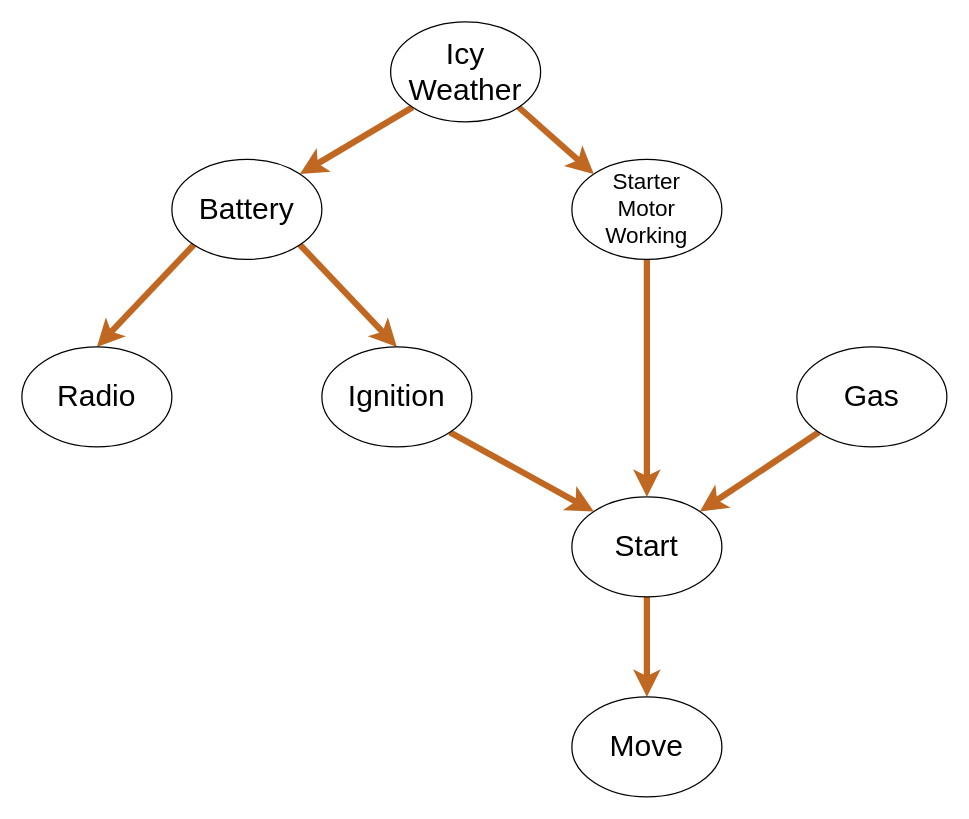
hey-emac/CSE5720-Databases keeps this draw.io diagram as CSE5120_HW3a.drawio. Above is the earlier version. Source tidied: cells renumbered, new cells numbered last; positions are measured from the earlier drawing's top-left corner, leaving out a move shared by most shapes. Both pictures are drawn from the tidied source at 125%, with x=0, y=0 at pixel (21, 21).
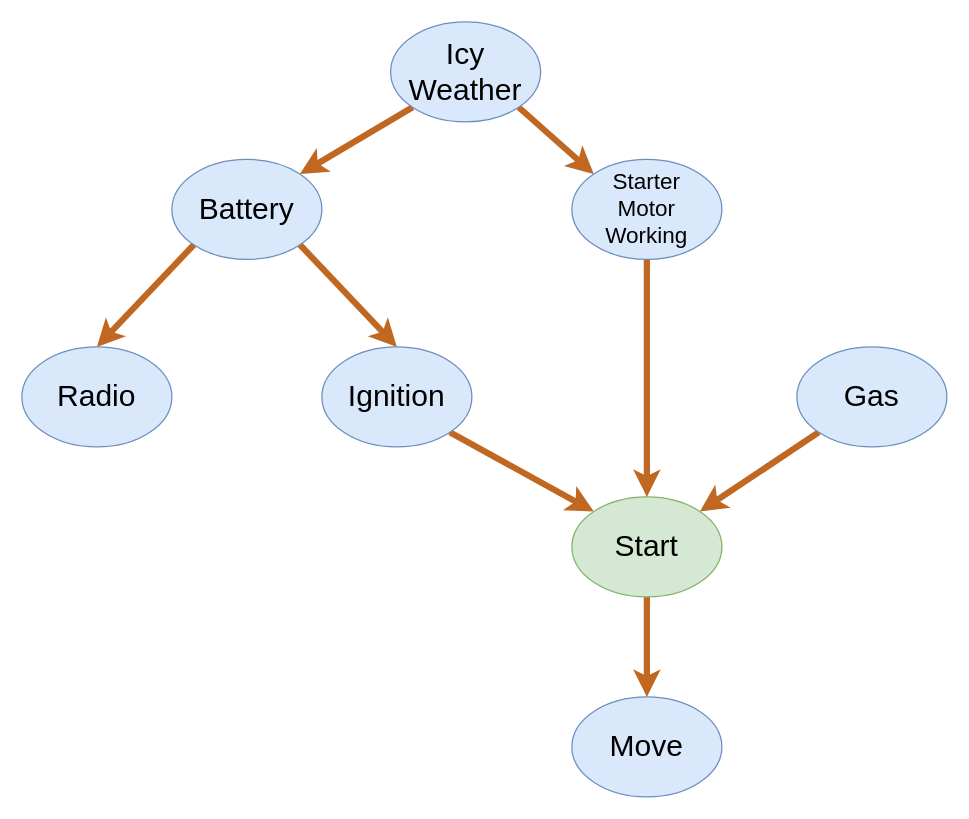
The same page after the edit.

The edit, as a diff of the source:
```diff
@@
 <mxGraphModel>
   <root>
     <mxCell id="0" />
     <mxCell id="1" parent="0" />
     <mxCell id="2" style="rounded=0;jettySize=auto;html=1;exitX=0;exitY=1;exitDx=0;exitDy=0;entryX=0.5;entryY=0;entryDx=0;entryDy=0;strokeWidth=5;strokeColor=#C06821;" parent="1" edge="1" source="4" target="5">
       <mxGeometry relative="1" as="geometry" />
     </mxCell>
     <mxCell id="3" style="rounded=0;jettySize=auto;html=1;exitX=1;exitY=1;exitDx=0;exitDy=0;entryX=0.5;entryY=0;entryDx=0;entryDy=0;strokeWidth=5;strokeColor=#c06821;" parent="1" edge="1" source="4" target="7">
       <mxGeometry relative="1" as="geometry" />
     </mxCell>
-    <mxCell id="4" value="&lt;font style=&quot;font-size: 24px;&quot;&gt;Battery&lt;/font&gt;" style="ellipse;whiteSpace=wrap;html=1;" parent="1" vertex="1">
+    <mxCell id="4" value="&lt;font style=&quot;font-size: 24px;&quot;&gt;Battery&lt;/font&gt;" style="ellipse;whiteSpace=wrap;html=1;fillColor=#dae8fc;strokeColor=#6c8ebf;" parent="1" vertex="1">
       <mxGeometry x="120" y="110" width="120" height="80" as="geometry" />
     </mxCell>
-    <mxCell id="5" value="&lt;font style=&quot;font-size: 24px;&quot;&gt;Radio&lt;/font&gt;" style="ellipse;whiteSpace=wrap;html=1;" parent="1" vertex="1">
+    <mxCell id="5" value="&lt;font style=&quot;font-size: 24px;&quot;&gt;Radio&lt;/font&gt;" style="ellipse;whiteSpace=wrap;html=1;fillColor=#dae8fc;strokeColor=#6c8ebf;" parent="1" vertex="1">
       <mxGeometry y="260" width="120" height="80" as="geometry" />
     </mxCell>
     <mxCell id="6" style="rounded=0;jettySize=auto;html=1;exitX=1;exitY=1;exitDx=0;exitDy=0;entryX=0;entryY=0;entryDx=0;entryDy=0;strokeWidth=5;strokeColor=#c06821;" parent="1" edge="1" source="7" target="11">
       <mxGeometry relative="1" as="geometry" />
     </mxCell>
-    <mxCell id="7" value="&lt;font style=&quot;font-size: 24px;&quot;&gt;Ignition&lt;/font&gt;" style="ellipse;whiteSpace=wrap;html=1;" parent="1" vertex="1">
+    <mxCell id="7" value="&lt;font style=&quot;font-size: 24px;&quot;&gt;Ignition&lt;/font&gt;" style="ellipse;whiteSpace=wrap;html=1;fillColor=#dae8fc;strokeColor=#6c8ebf;" parent="1" vertex="1">
       <mxGeometry x="240" y="260" width="120" height="80" as="geometry" />
     </mxCell>
     <mxCell id="8" style="rounded=0;jettySize=auto;html=1;exitX=0;exitY=1;exitDx=0;exitDy=0;entryX=1;entryY=0;entryDx=0;entryDy=0;strokeWidth=5;strokeColor=#C06821;" parent="1" edge="1" source="9" target="11">
       <mxGeometry relative="1" as="geometry" />
     </mxCell>
-    <mxCell id="9" value="&lt;font style=&quot;font-size: 24px;&quot;&gt;Gas&lt;/font&gt;" style="ellipse;whiteSpace=wrap;html=1;" parent="1" vertex="1">
+    <mxCell id="9" value="&lt;font style=&quot;font-size: 24px;&quot;&gt;Gas&lt;/font&gt;" style="ellipse;whiteSpace=wrap;html=1;fillColor=#dae8fc;strokeColor=#6c8ebf;" parent="1" vertex="1">
       <mxGeometry x="620" y="260" width="120" height="80" as="geometry" />
     </mxCell>
     <mxCell id="10" style="rounded=0;jettySize=auto;html=1;exitX=0.5;exitY=1;exitDx=0;exitDy=0;entryX=0.5;entryY=0;entryDx=0;entryDy=0;strokeWidth=5;strokeColor=#C06821;" parent="1" edge="1" source="11" target="12">
       <mxGeometry relative="1" as="geometry" />
     </mxCell>
-    <mxCell id="11" value="&lt;font style=&quot;font-size: 24px;&quot;&gt;Start&lt;/font&gt;" style="ellipse;whiteSpace=wrap;html=1;" parent="1" vertex="1">
+    <mxCell id="11" value="&lt;font style=&quot;font-size: 24px;&quot;&gt;Start&lt;/font&gt;" style="ellipse;whiteSpace=wrap;html=1;fillColor=#d5e8d4;strokeColor=#82b366;" parent="1" vertex="1">
       <mxGeometry x="440" y="380" width="120" height="80" as="geometry" />
     </mxCell>
-    <mxCell id="12" value="&lt;font style=&quot;font-size: 24px;&quot;&gt;Move&lt;/font&gt;" style="ellipse;whiteSpace=wrap;html=1;" parent="1" vertex="1">
+    <mxCell id="12" value="&lt;font style=&quot;font-size: 24px;&quot;&gt;Move&lt;/font&gt;" style="ellipse;whiteSpace=wrap;html=1;fillColor=#dae8fc;strokeColor=#6c8ebf;" parent="1" vertex="1">
       <mxGeometry x="440" y="540" width="120" height="80" as="geometry" />
     </mxCell>
     <mxCell id="13" style="rounded=0;jettySize=auto;html=1;exitX=0.5;exitY=1;exitDx=0;exitDy=0;strokeColor=#C06821;strokeWidth=5;" parent="1" edge="1" source="14" target="11">
       <mxGeometry relative="1" as="geometry" />
     </mxCell>
-    <mxCell id="14" value="&lt;font style=&quot;font-size: 18px;&quot;&gt;Starter&lt;br&gt;Motor&lt;br&gt;Working&lt;/font&gt;" style="ellipse;whiteSpace=wrap;html=1;" parent="1" vertex="1">
+    <mxCell id="14" value="&lt;font style=&quot;font-size: 18px;&quot;&gt;Starter&lt;br&gt;Motor&lt;br&gt;Working&lt;/font&gt;" style="ellipse;whiteSpace=wrap;html=1;fillColor=#dae8fc;strokeColor=#6c8ebf;" parent="1" vertex="1">
       <mxGeometry x="440" y="110" width="120" height="80" as="geometry" />
     </mxCell>
     <mxCell id="15" style="rounded=0;jettySize=auto;html=1;exitX=0;exitY=1;exitDx=0;exitDy=0;entryX=1;entryY=0;entryDx=0;entryDy=0;strokeWidth=5;strokeColor=#C06821;" parent="1" edge="1" source="17" target="4">
       <mxGeometry relative="1" as="geometry" />
     </mxCell>
     <mxCell id="16" style="rounded=0;jettySize=auto;html=1;exitX=1;exitY=1;exitDx=0;exitDy=0;entryX=0;entryY=0;entryDx=0;entryDy=0;strokeWidth=5;strokeColor=#C06821;" parent="1" edge="1" source="17" target="14">
       <mxGeometry relative="1" as="geometry" />
     </mxCell>
-    <mxCell id="17" value="&lt;font style=&quot;font-size: 24px;&quot;&gt;Icy Weather&lt;/font&gt;" style="ellipse;whiteSpace=wrap;html=1;" parent="1" vertex="1">
+    <mxCell id="17" value="&lt;font style=&quot;font-size: 24px;&quot;&gt;Icy Weather&lt;/font&gt;" style="ellipse;whiteSpace=wrap;html=1;fillColor=#dae8fc;strokeColor=#6c8ebf;" parent="1" vertex="1">
       <mxGeometry x="295" width="120" height="80" as="geometry" />
     </mxCell>
   </root>
 </mxGraphModel>
```
